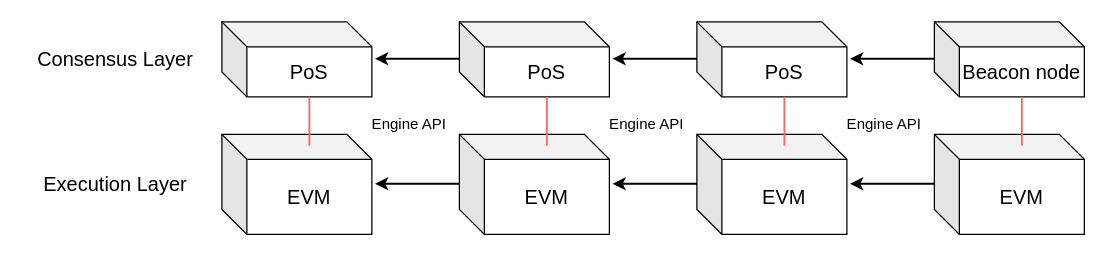
Earlier version of the draw.io diagram ethereum-research/consensus/beacon chain/post-merge ethereum.drawio (0xyicheng/a-research-diagram). Source tidied: cells renumbered, new cells numbered last; positions are measured from the earlier drawing's top-left corner, leaving out a move shared by most shapes. Both pictures are drawn from the tidied source at 125%, with x=0, y=0 at pixel (21, 21).
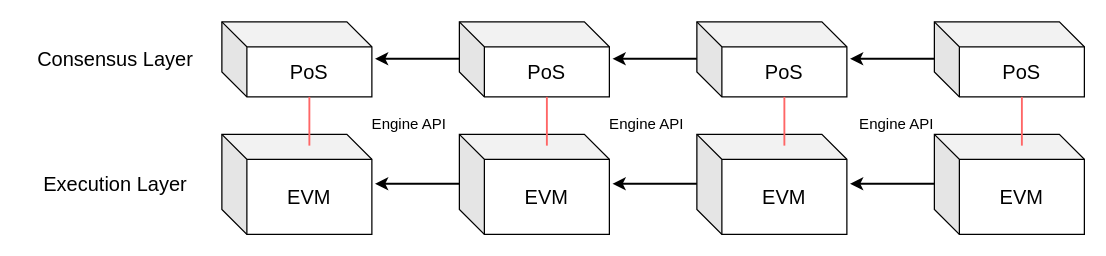
The same diagram, later.

Change to the diagram source:
```diff
@@
-    <mxCell id="9" value="&lt;span style=&quot;font-size: 16px&quot;&gt;Beacon node&lt;/span&gt;" style="shape=cube;whiteSpace=wrap;html=1;boundedLbl=1;backgroundOutline=1;darkOpacity=0.05;darkOpacity2=0.1;" parent="1" vertex="1">
+    <mxCell id="9" value="&lt;span style=&quot;font-size: 16px&quot;&gt;PoS&lt;/span&gt;" style="shape=cube;whiteSpace=wrap;html=1;boundedLbl=1;backgroundOutline=1;darkOpacity=0.05;darkOpacity2=0.1;" parent="1" vertex="1">
       <mxGeometry x="730" width="120" height="60" as="geometry" />
     </mxCell>
@@
     <mxCell id="22" value="&lt;font style=&quot;font-size: 12px;&quot;&gt;Engine API&lt;/font&gt;" style="text;html=1;strokeColor=none;fillColor=none;align=center;verticalAlign=middle;whiteSpace=wrap;rounded=0;fontSize=16;" parent="1" vertex="1">
-      <mxGeometry x="640" y="70" width="100" height="20" as="geometry" />
+      <mxGeometry x="650" y="70" width="100" height="20" as="geometry" />
     </mxCell>
```
